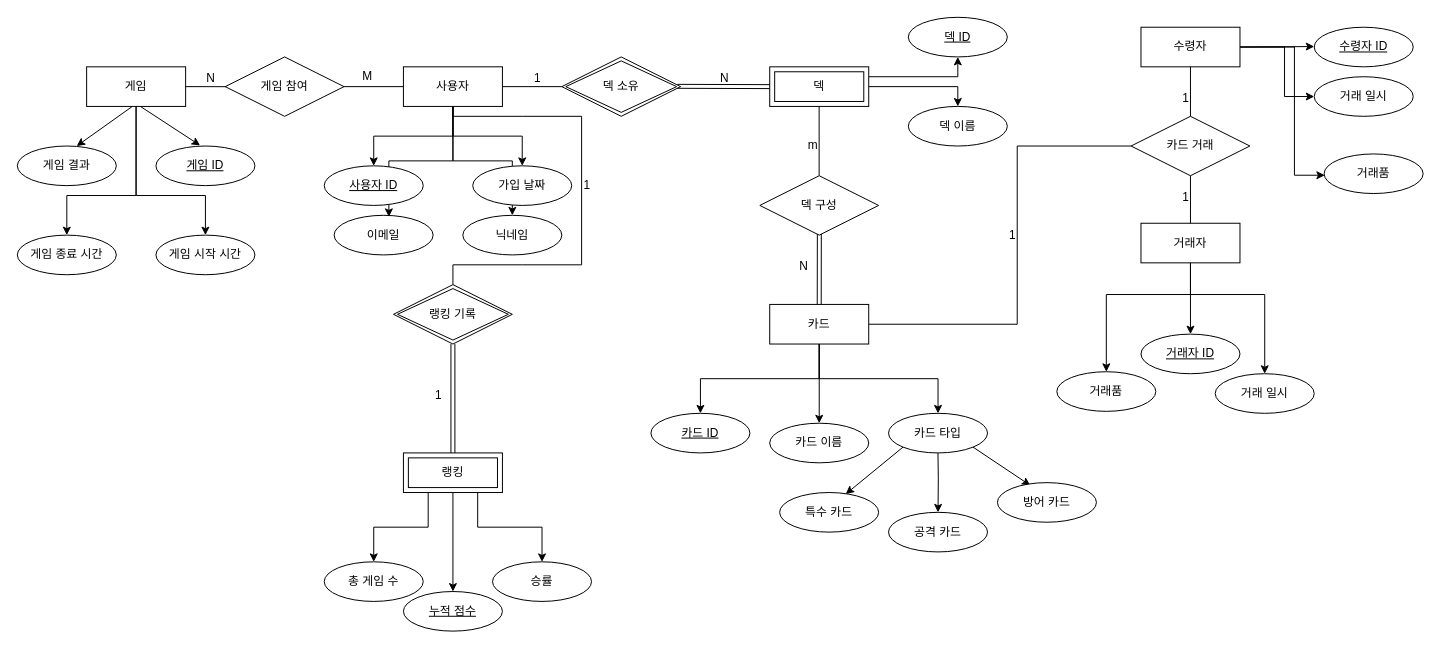
This is 제목 없는 다이어그램.drawio from Debillman/make-a-game, a draw.io file, before an edit. Source tidied: cells renumbered, new cells numbered last; positions are measured from the earlier drawing's top-left corner, leaving out a move shared by most shapes. Both pictures are drawn from the tidied source at 99%, with x=0, y=0 at pixel (17, 17).
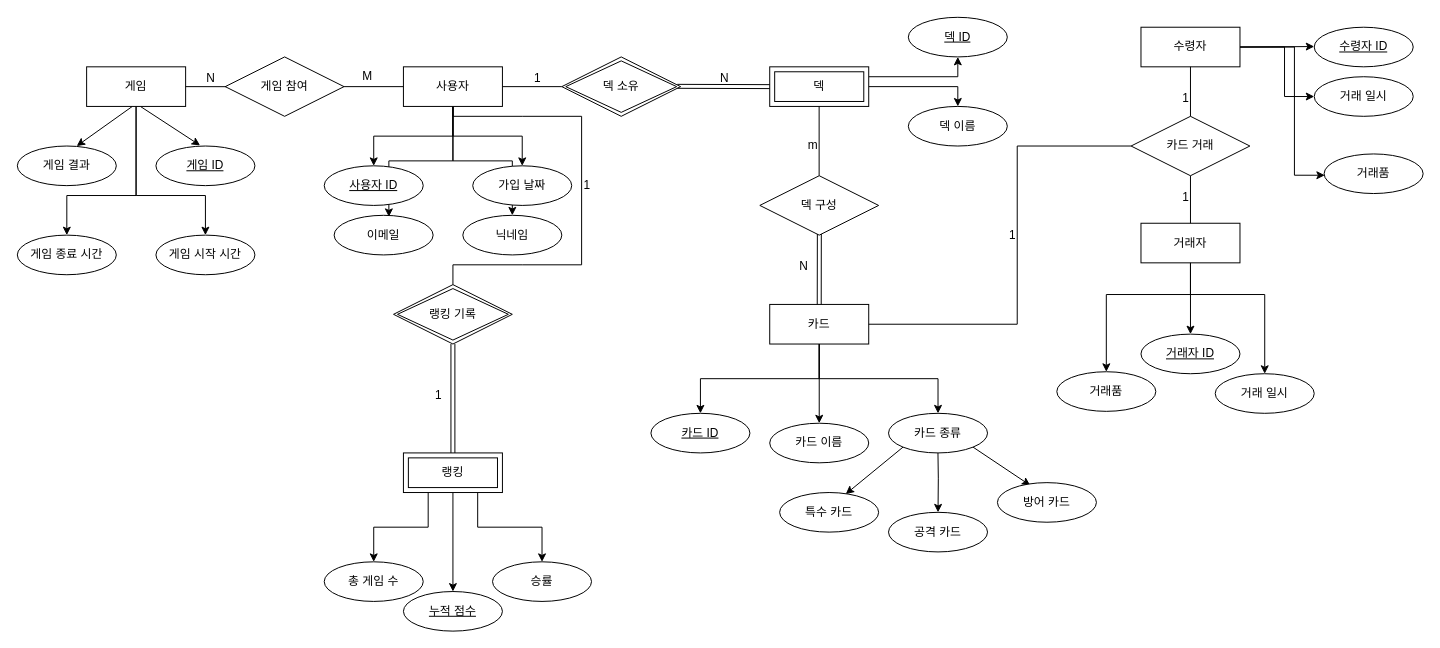
The same diagram, later.

Commit message:
제목 없는 다이어그램.drawio 업데이트

The edit, as a diff of the source:
```diff
@@
-    <mxCell id="36" value="카드 타입" style="ellipse;whiteSpace=wrap;html=1;align=center;" parent="1" vertex="1">
+    <mxCell id="36" value="카드 종류" style="ellipse;whiteSpace=wrap;html=1;align=center;" parent="1" vertex="1">
       <mxGeometry x="880" y="400" width="100" height="40" as="geometry" />
     </mxCell>
```
